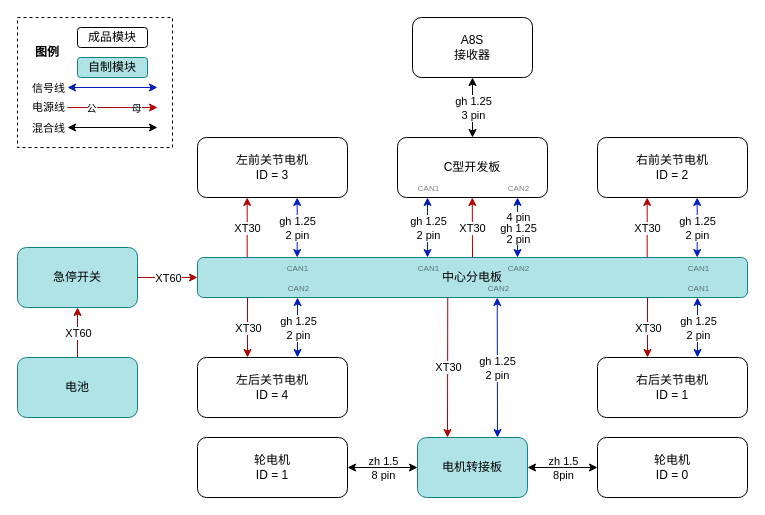
The draw.io diagram docs/机电连线图.drawio in Younglar-Han/The-Wheel-Legged-Biped-Robot, before the edit. Source tidied: cells renumbered, new cells numbered last; positions are measured from the earlier drawing's top-left corner, leaving out a move shared by most shapes. Both pictures are drawn from the tidied source at 100%, with x=0, y=0 at pixel (17, 17).
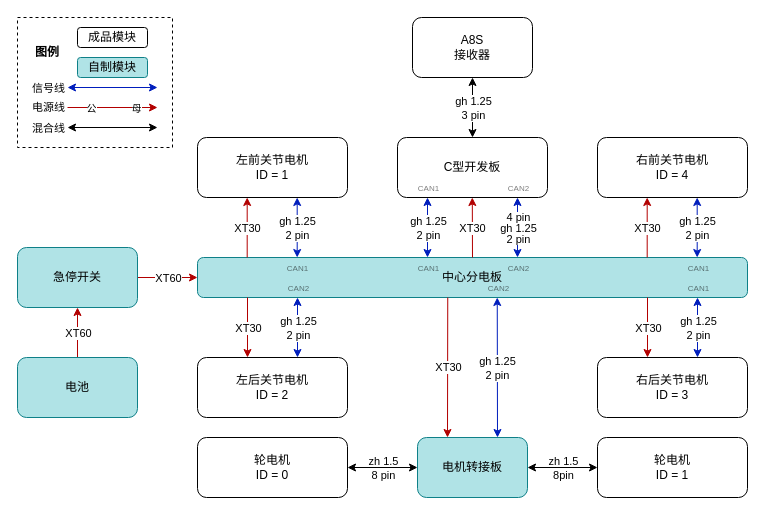
The same diagram, later.

Commit message (it also covers changes not shown here):
docs: modify the motor sequence in the electromechanical connection diagram

Change to the diagram source:
```diff
@@
-    <mxCell id="9" value="左后关节电机&lt;div&gt;ID = 4&lt;/div&gt;" style="rounded=1;whiteSpace=wrap;html=1;" parent="1" vertex="1">
+    <mxCell id="9" value="左后关节电机&lt;div&gt;ID = 2&lt;/div&gt;" style="rounded=1;whiteSpace=wrap;html=1;" parent="1" vertex="1">
       <mxGeometry x="180" y="340" width="150" height="60" as="geometry" />
     </mxCell>
@@
-    <mxCell id="15" value="左前关节电机&lt;div&gt;ID = 3&lt;/div&gt;" style="rounded=1;whiteSpace=wrap;html=1;" parent="1" vertex="1">
+    <mxCell id="15" value="左前关节电机&lt;div&gt;ID = 1&lt;/div&gt;" style="rounded=1;whiteSpace=wrap;html=1;" parent="1" vertex="1">
       <mxGeometry x="180" y="120" width="150" height="60" as="geometry" />
     </mxCell>
@@
-    <mxCell id="28" value="右后关节电机&lt;div&gt;ID = 1&lt;/div&gt;" style="rounded=1;whiteSpace=wrap;html=1;" parent="1" vertex="1">
+    <mxCell id="28" value="右后关节电机&lt;div&gt;ID = 3&lt;/div&gt;" style="rounded=1;whiteSpace=wrap;html=1;" parent="1" vertex="1">
       <mxGeometry x="580" y="340" width="150" height="60" as="geometry" />
     </mxCell>
@@
-    <mxCell id="40" value="右前关节电机&lt;div&gt;ID = 2&lt;/div&gt;" style="rounded=1;whiteSpace=wrap;html=1;" parent="1" vertex="1">
+    <mxCell id="40" value="右前关节电机&lt;div&gt;ID = 4&lt;/div&gt;" style="rounded=1;whiteSpace=wrap;html=1;" parent="1" vertex="1">
       <mxGeometry x="580" y="120" width="150" height="60" as="geometry" />
     </mxCell>
@@
-    <mxCell id="45" value="轮电机&lt;div&gt;ID = 1&lt;/div&gt;" style="whiteSpace=wrap;html=1;rounded=1;" parent="1" vertex="1">
+    <mxCell id="45" value="轮电机&lt;div&gt;ID = 0&lt;/div&gt;" style="whiteSpace=wrap;html=1;rounded=1;" parent="1" vertex="1">
       <mxGeometry x="180" y="420" width="150" height="60" as="geometry" />
     </mxCell>
-    <mxCell id="46" value="轮电机&lt;div&gt;ID = 0&lt;/div&gt;" style="whiteSpace=wrap;html=1;rounded=1;" parent="1" vertex="1">
+    <mxCell id="46" value="轮电机&lt;div&gt;ID = 1&lt;/div&gt;" style="whiteSpace=wrap;html=1;rounded=1;" parent="1" vertex="1">
       <mxGeometry x="580" y="420" width="150" height="60" as="geometry" />
     </mxCell>
```
